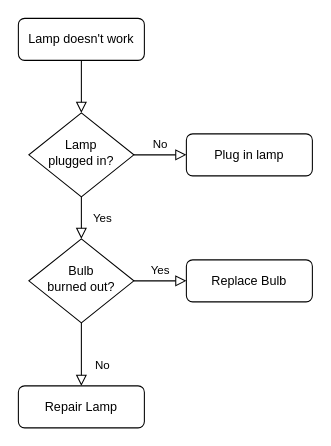
Before: Untitled Diagram.drawio in skatld123/NSH, a draw.io diagram. Source tidied: cells renumbered, new cells numbered last; positions are measured from the earlier drawing's top-left corner, leaving out a move shared by most shapes. Both pictures are drawn from the tidied source at 105%, with x=0, y=0 at pixel (18, 18).
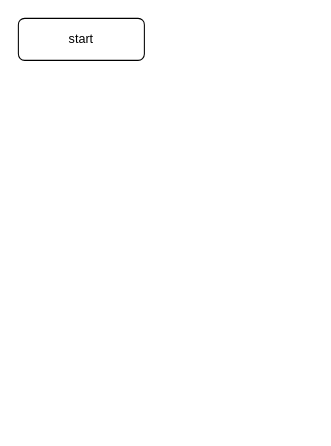
The same diagram, later.

What changed in the source:
```diff
@@
 <mxGraphModel>
   <root>
     <mxCell id="0" />
     <mxCell id="1" parent="0" />
-    <mxCell id="2" style="rounded=0;html=1;jettySize=auto;fontSize=11;endArrow=block;endFill=0;endSize=8;strokeWidth=1;shadow=0;labelBackgroundColor=none;edgeStyle=orthogonalEdgeStyle;" parent="1" edge="1" source="3" target="6">
-      <mxGeometry relative="1" as="geometry" />
-    </mxCell>
-    <mxCell id="3" value="Lamp doesn't work" style="rounded=1;whiteSpace=wrap;html=1;fontSize=12;glass=0;strokeWidth=1;shadow=0;" parent="1" vertex="1">
+    <mxCell id="3" value="start" style="rounded=1;whiteSpace=wrap;html=1;fontSize=12;glass=0;strokeWidth=1;shadow=0;" parent="1" vertex="1">
       <mxGeometry width="120" height="40" as="geometry" />
     </mxCell>
-    <mxCell id="4" value="Yes" style="rounded=0;html=1;jettySize=auto;fontSize=11;endArrow=block;endFill=0;endSize=8;strokeWidth=1;shadow=0;labelBackgroundColor=none;edgeStyle=orthogonalEdgeStyle;" parent="1" edge="1" source="6" target="10">
-      <mxGeometry y="20" relative="1" as="geometry" />
-    </mxCell>
-    <mxCell id="5" value="No" style="edgeStyle=orthogonalEdgeStyle;rounded=0;html=1;jettySize=auto;fontSize=11;endArrow=block;endFill=0;endSize=8;strokeWidth=1;shadow=0;labelBackgroundColor=none;" parent="1" edge="1" source="6" target="7">
-      <mxGeometry y="10" relative="1" as="geometry" />
-    </mxCell>
-    <mxCell id="6" value="Lamp&lt;br&gt;plugged in?" style="rhombus;whiteSpace=wrap;html=1;shadow=0;fontFamily=Helvetica;fontSize=12;align=center;strokeWidth=1;spacing=6;spacingTop=-4;" parent="1" vertex="1">
-      <mxGeometry x="10" y="90" width="100" height="80" as="geometry" />
-    </mxCell>
-    <mxCell id="7" value="Plug in lamp" style="rounded=1;whiteSpace=wrap;html=1;fontSize=12;glass=0;strokeWidth=1;shadow=0;" parent="1" vertex="1">
-      <mxGeometry x="160" y="110" width="120" height="40" as="geometry" />
-    </mxCell>
-    <mxCell id="8" value="No" style="rounded=0;html=1;jettySize=auto;fontSize=11;endArrow=block;endFill=0;endSize=8;strokeWidth=1;shadow=0;labelBackgroundColor=none;edgeStyle=orthogonalEdgeStyle;" parent="1" edge="1" source="10" target="11">
-      <mxGeometry x="0.33" y="20" relative="1" as="geometry" />
-    </mxCell>
-    <mxCell id="9" value="Yes" style="edgeStyle=orthogonalEdgeStyle;rounded=0;html=1;jettySize=auto;fontSize=11;endArrow=block;endFill=0;endSize=8;strokeWidth=1;shadow=0;labelBackgroundColor=none;" parent="1" edge="1" source="10" target="12">
-      <mxGeometry y="10" relative="1" as="geometry" />
-    </mxCell>
-    <mxCell id="10" value="Bulb&lt;br&gt;burned out?" style="rhombus;whiteSpace=wrap;html=1;shadow=0;fontFamily=Helvetica;fontSize=12;align=center;strokeWidth=1;spacing=6;spacingTop=-4;" parent="1" vertex="1">
-      <mxGeometry x="10" y="210" width="100" height="80" as="geometry" />
-    </mxCell>
-    <mxCell id="11" value="Repair Lamp" style="rounded=1;whiteSpace=wrap;html=1;fontSize=12;glass=0;strokeWidth=1;shadow=0;" parent="1" vertex="1">
-      <mxGeometry y="350" width="120" height="40" as="geometry" />
-    </mxCell>
-    <mxCell id="12" value="Replace Bulb" style="rounded=1;whiteSpace=wrap;html=1;fontSize=12;glass=0;strokeWidth=1;shadow=0;" parent="1" vertex="1">
-      <mxGeometry x="160" y="230" width="120" height="40" as="geometry" />
-    </mxCell>
   </root>
 </mxGraphModel>
```
